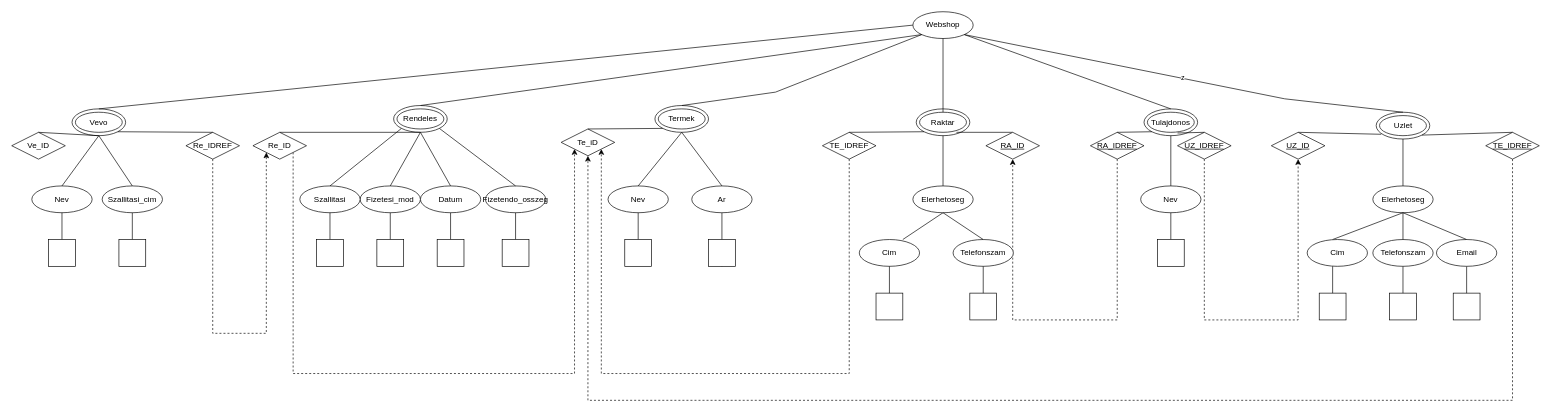
KacsirAndras/VSG9L4XML keeps this draw.io diagram as XMLTaskVSG9L4/XDMVSG9L4.drawio. Above is the earlier version. Source tidied: cells renumbered, new cells numbered last; positions are measured from the earlier drawing's top-left corner, leaving out a move shared by most shapes. Both pictures are drawn from the tidied source at 67%, with x=0, y=0 at pixel (11, 11).
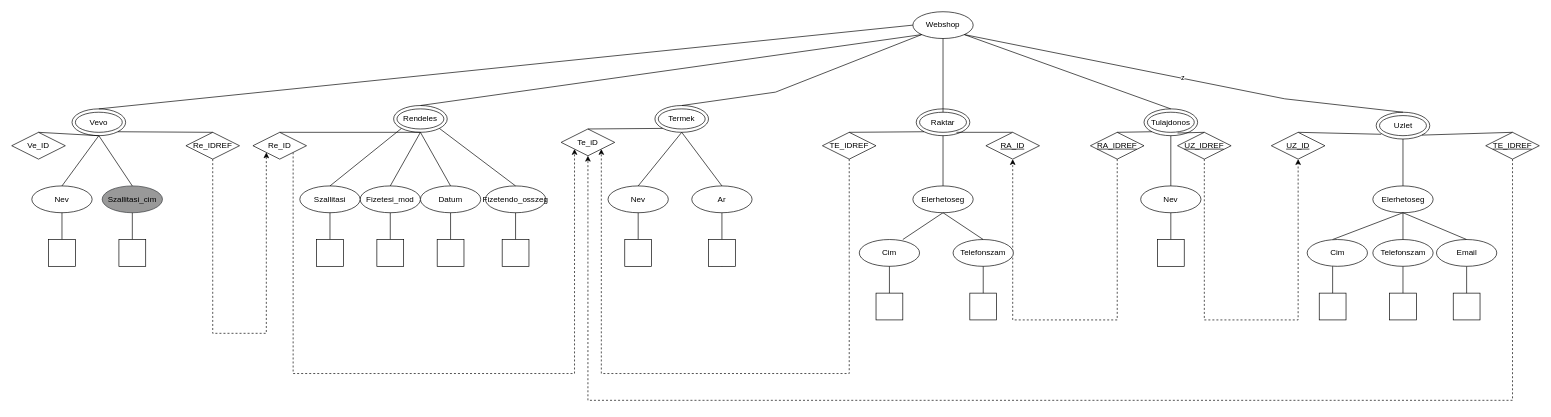
Above is the later version.

What changed in the source:
```diff
@@
-    <mxCell id="25" value="Szallitasi_cim" style="ellipse;whiteSpace=wrap;html=1;" parent="1" vertex="1">
+    <mxCell id="25" value="Szallitasi_cim" style="ellipse;whiteSpace=wrap;html=1;fillColor=#999999;strokeColor=#36393d;" parent="1" vertex="1">
       <mxGeometry x="135" y="260" width="90" height="40" as="geometry" />
     </mxCell>
```
